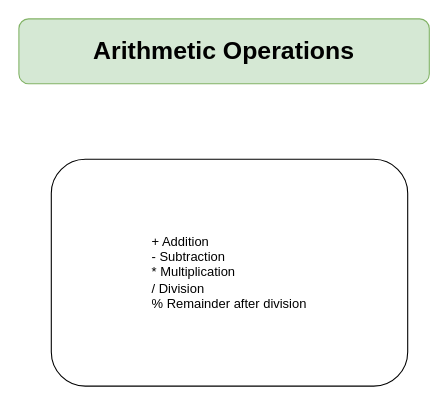
Alnzir-developer/Alnzir keeps this draw.io diagram as page "Page-9" (10 of 11) of Untitled Diagram.drawio. Above is the earlier version. Source tidied: cells renumbered, new cells numbered last; positions are measured from the earlier drawing's top-left corner, leaving out a move shared by most shapes. Both pictures are drawn from the tidied source at 108%, with x=0, y=0 at pixel (18, 18).
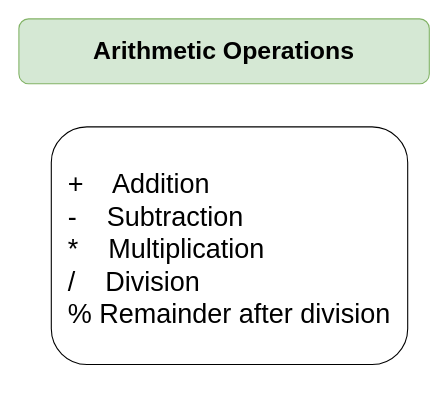
The same page after the edit.

What changed in the source:
```diff
@@
 <mxGraphModel>
   <root>
     <mxCell id="0" />
     <mxCell id="1" parent="0" />
     <mxCell id="2" value="&lt;b&gt;Arithmetic Operations&lt;/b&gt;" style="rounded=1;whiteSpace=wrap;html=1;labelBackgroundColor=none;fontSize=23;fillColor=#d5e8d4;strokeColor=#82b366;" parent="1" vertex="1">
       <mxGeometry width="380" height="60" as="geometry" />
     </mxCell>
-    <mxCell id="3" value="&lt;div style=&quot;text-align: left;&quot;&gt;&lt;span style=&quot;background-color: initial;&quot;&gt;+ Addition&lt;/span&gt;&lt;/div&gt;&lt;div style=&quot;text-align: left;&quot;&gt;&lt;span style=&quot;background-color: initial;&quot;&gt;- Subtraction&lt;/span&gt;&lt;/div&gt;&lt;div style=&quot;text-align: left;&quot;&gt;&lt;span style=&quot;background-color: initial;&quot;&gt;* Multiplication&lt;/span&gt;&lt;/div&gt;&lt;div style=&quot;text-align: left;&quot;&gt;&lt;span style=&quot;background-color: initial;&quot;&gt;/ Division&lt;/span&gt;&lt;/div&gt;&lt;div style=&quot;text-align: left;&quot;&gt;&lt;span style=&quot;background-color: initial;&quot;&gt;% Remainder after division&lt;/span&gt;&lt;/div&gt;" style="rounded=1;whiteSpace=wrap;html=1;" parent="1" vertex="1">
-      <mxGeometry x="30" y="130" width="330" height="210" as="geometry" />
+    <mxCell id="3" value="&lt;p style=&quot;line-height: 0.6;&quot;&gt;&lt;/p&gt;&lt;div style=&quot;text-align: left; font-size: 25px;&quot;&gt;&lt;span style=&quot;background-color: initial;&quot;&gt;&lt;font style=&quot;font-size: 25px;&quot;&gt;+&amp;nbsp; &amp;nbsp; Addition&lt;/font&gt;&lt;/span&gt;&lt;/div&gt;&lt;div style=&quot;text-align: left; font-size: 25px;&quot;&gt;&lt;span style=&quot;background-color: initial;&quot;&gt;&lt;font style=&quot;font-size: 25px;&quot;&gt;-&amp;nbsp; &amp;nbsp; Subtraction&lt;/font&gt;&lt;/span&gt;&lt;/div&gt;&lt;div style=&quot;text-align: left; font-size: 25px;&quot;&gt;&lt;span style=&quot;background-color: initial;&quot;&gt;&lt;font style=&quot;font-size: 25px;&quot;&gt;*&amp;nbsp; &amp;nbsp; Multiplication&lt;/font&gt;&lt;/span&gt;&lt;/div&gt;&lt;div style=&quot;text-align: left; font-size: 25px;&quot;&gt;&lt;span style=&quot;background-color: initial;&quot;&gt;&lt;font style=&quot;font-size: 25px;&quot;&gt;/&amp;nbsp; &amp;nbsp; Division&lt;/font&gt;&lt;/span&gt;&lt;/div&gt;&lt;div style=&quot;text-align: left; font-size: 25px;&quot;&gt;&lt;span style=&quot;background-color: initial;&quot;&gt;&lt;font style=&quot;font-size: 25px;&quot;&gt;% Remainder after division&lt;/font&gt;&lt;/span&gt;&lt;/div&gt;&lt;p&gt;&lt;/p&gt;" style="rounded=1;whiteSpace=wrap;html=1;spacingTop=3;" parent="1" vertex="1">
+      <mxGeometry x="30" y="100" width="330" height="220" as="geometry" />
     </mxCell>
   </root>
 </mxGraphModel>
```
